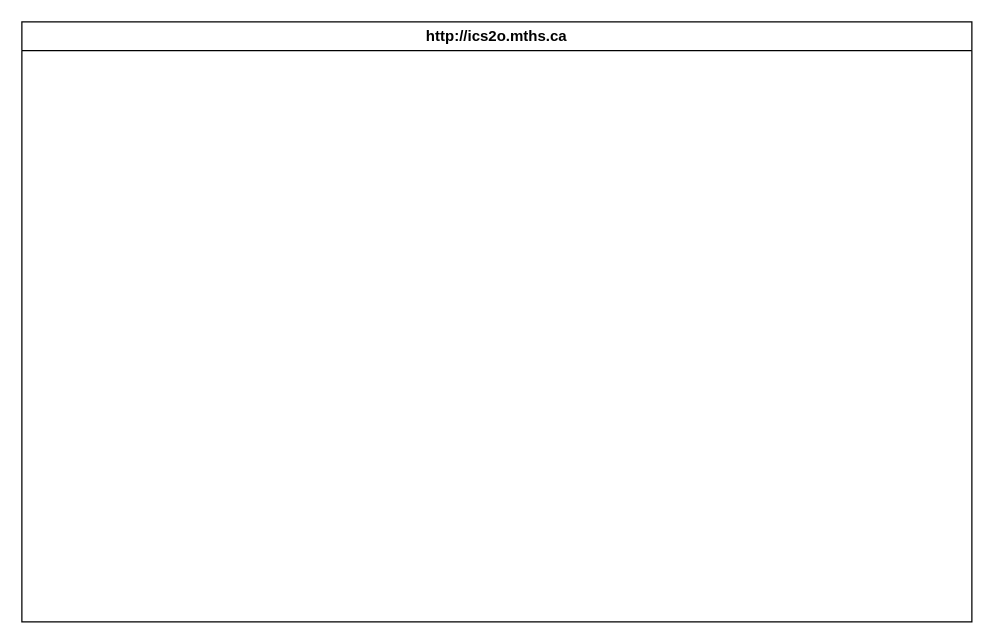
Above: design/storyboard.drawio in MTHS-ICD2O-1-2023/ICD2O-Unit-5-01-yoochan-han (draw.io), before the change. Source tidied: cells renumbered, new cells numbered last; positions are measured from the earlier drawing's top-left corner, leaving out a move shared by most shapes. Both pictures are drawn from the tidied source at 125%, with x=0, y=0 at pixel (21, 21).
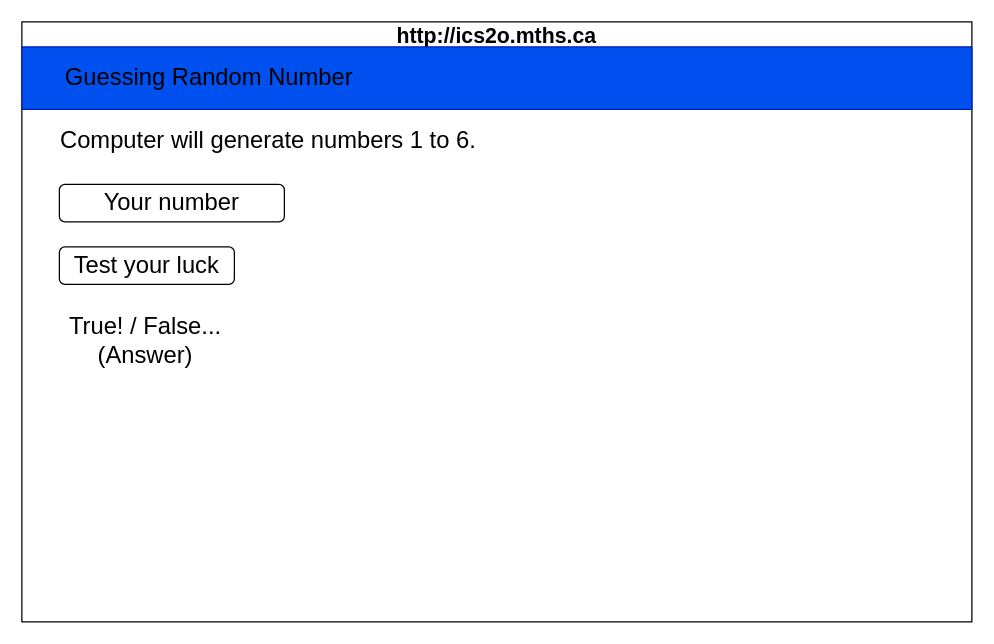
The same diagram, later.

Diff of the diagram source:
```diff
@@
 <mxGraphModel>
   <root>
     <mxCell id="0" />
     <mxCell id="1" parent="0" />
-    <mxCell id="2" value="http://ics2o.mths.ca" style="swimlane;whiteSpace=wrap;html=1;" parent="1" vertex="1">
+    <mxCell id="2" value="http://ics2o.mths.ca" style="swimlane;whiteSpace=wrap;html=1;fontSize=17;" parent="1" vertex="1">
       <mxGeometry width="760" height="480" as="geometry" />
     </mxCell>
+    <mxCell id="3" style="rounded=0;whiteSpace=wrap;html=1;fillColor=#0050ef;fontColor=#ffffff;strokeColor=#001DBC;" parent="2" vertex="1">
+      <mxGeometry y="20" width="760" height="50" as="geometry" />
+    </mxCell>
+    <mxCell id="4" value="Guessing Random Number" style="text;html=1;strokeColor=none;fillColor=none;align=center;verticalAlign=middle;whiteSpace=wrap;rounded=0;fontSize=19;" parent="2" vertex="1">
+      <mxGeometry x="30" y="30" width="240" height="30" as="geometry" />
+    </mxCell>
+    <mxCell id="5" value="Computer will generate numbers 1 to 6." style="text;html=1;strokeColor=none;fillColor=none;align=left;verticalAlign=middle;whiteSpace=wrap;rounded=0;fontSize=19;" parent="2" vertex="1">
+      <mxGeometry x="29" y="80" width="371" height="30" as="geometry" />
+    </mxCell>
+    <mxCell id="6" value="Your number" style="rounded=1;whiteSpace=wrap;html=1;fontSize=19;" parent="2" vertex="1">
+      <mxGeometry x="30" y="130" width="180" height="30" as="geometry" />
+    </mxCell>
+    <mxCell id="7" value="Test your luck" style="rounded=1;whiteSpace=wrap;html=1;fontSize=19;" parent="2" vertex="1">
+      <mxGeometry x="30" y="180" width="140" height="30" as="geometry" />
+    </mxCell>
+    <mxCell id="8" value="True! / False...(Answer)" style="text;html=1;strokeColor=none;fillColor=none;align=center;verticalAlign=middle;whiteSpace=wrap;rounded=0;fontSize=19;" parent="2" vertex="1">
+      <mxGeometry x="29" y="240" width="140" height="30" as="geometry" />
+    </mxCell>
   </root>
 </mxGraphModel>
```
